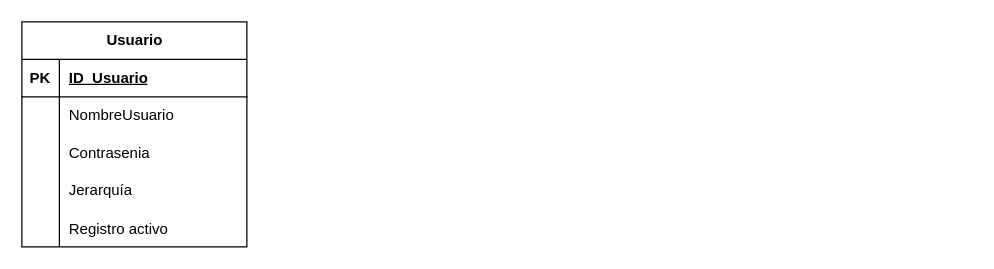
Before: DER_Clinica.drawio in ZerothVeratross/tpi-progra3, a draw.io diagram. Source tidied: cells renumbered, new cells numbered last; positions are measured from the earlier drawing's top-left corner, leaving out a move shared by most shapes. Both pictures are drawn from the tidied source at 125%, with x=0, y=0 at pixel (21, 21).
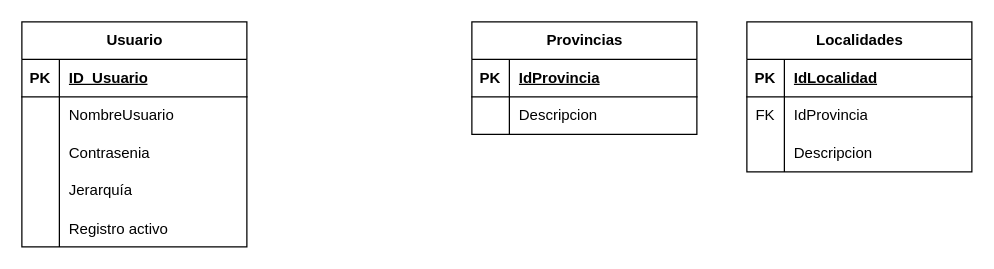
After the change.

Commit message:
subida tabla provincias y localidades al drawio

Change to the diagram source:
```diff
@@
+    <mxCell id="18" value="Localidades" style="shape=table;startSize=30;childLayout=tableLayout;rowLines=0;fontStyle=1;align=center;html=1;" parent="1" vertex="1">
+      <mxGeometry x="580" width="180" height="120" as="geometry" />
+    </mxCell>
+    <mxCell id="19" style="shape=tableRow;horizontal=0;startSize=0;swimlaneHead=0;swimlaneBody=0;fillColor=none;top=0;left=0;right=0;bottom=1;" parent="18" vertex="1">
+      <mxGeometry y="30" width="180" height="30" as="geometry" />
+    </mxCell>
+    <mxCell id="20" value="PK" style="shape=partialRectangle;fillColor=none;top=0;left=0;bottom=0;right=0;fontStyle=1;overflow=hidden;whiteSpace=wrap;html=1;" parent="19" vertex="1">
+      <mxGeometry width="30" height="30" as="geometry" />
+    </mxCell>
+    <mxCell id="21" value="IdLocalidad" style="shape=partialRectangle;fillColor=none;top=0;left=0;bottom=0;right=0;align=left;spacingLeft=6;fontStyle=5;overflow=hidden;whiteSpace=wrap;html=1;" parent="19" vertex="1">
+      <mxGeometry x="30" width="150" height="30" as="geometry" />
+    </mxCell>
+    <mxCell id="22" style="shape=tableRow;horizontal=0;startSize=0;swimlaneHead=0;swimlaneBody=0;fillColor=none;top=0;left=0;right=0;bottom=0;" parent="18" vertex="1">
+      <mxGeometry y="60" width="180" height="30" as="geometry" />
+    </mxCell>
+    <mxCell id="23" value="FK" style="shape=partialRectangle;fillColor=none;top=0;left=0;bottom=0;right=0;overflow=hidden;whiteSpace=wrap;html=1;" parent="22" vertex="1">
+      <mxGeometry width="30" height="30" as="geometry" />
+    </mxCell>
+    <mxCell id="24" value="IdProvincia" style="shape=partialRectangle;fillColor=none;top=0;left=0;bottom=0;right=0;align=left;spacingLeft=6;overflow=hidden;whiteSpace=wrap;html=1;" parent="22" vertex="1">
+      <mxGeometry x="30" width="150" height="30" as="geometry" />
+    </mxCell>
+    <mxCell id="25" style="shape=tableRow;horizontal=0;startSize=0;swimlaneHead=0;swimlaneBody=0;fillColor=none;top=0;left=0;right=0;bottom=0;" parent="18" vertex="1">
+      <mxGeometry y="90" width="180" height="30" as="geometry" />
+    </mxCell>
+    <mxCell id="26" style="shape=partialRectangle;fillColor=none;top=0;left=0;bottom=0;right=0;overflow=hidden;whiteSpace=wrap;html=1;" parent="25" vertex="1">
+      <mxGeometry width="30" height="30" as="geometry" />
+    </mxCell>
+    <mxCell id="27" value="Descripcion" style="shape=partialRectangle;fillColor=none;top=0;left=0;bottom=0;right=0;align=left;spacingLeft=6;overflow=hidden;whiteSpace=wrap;html=1;" parent="25" vertex="1">
+      <mxGeometry x="30" width="150" height="30" as="geometry" />
+    </mxCell>
+    <mxCell id="28" value="Provincias" style="shape=table;startSize=30;childLayout=tableLayout;rowLines=0;fontStyle=1;align=center;html=1;" parent="1" vertex="1">
+      <mxGeometry x="360" width="180" height="90" as="geometry" />
+    </mxCell>
+    <mxCell id="29" style="shape=tableRow;horizontal=0;startSize=0;swimlaneHead=0;swimlaneBody=0;fillColor=none;top=0;left=0;right=0;bottom=1;" parent="28" vertex="1">
+      <mxGeometry y="30" width="180" height="30" as="geometry" />
+    </mxCell>
+    <mxCell id="30" value="PK" style="shape=partialRectangle;fillColor=none;top=0;left=0;bottom=0;right=0;fontStyle=1;overflow=hidden;whiteSpace=wrap;html=1;" parent="29" vertex="1">
+      <mxGeometry width="30" height="30" as="geometry" />
+    </mxCell>
+    <mxCell id="31" value="IdProvincia" style="shape=partialRectangle;fillColor=none;top=0;left=0;bottom=0;right=0;align=left;spacingLeft=6;fontStyle=5;overflow=hidden;whiteSpace=wrap;html=1;" parent="29" vertex="1">
+      <mxGeometry x="30" width="150" height="30" as="geometry" />
+    </mxCell>
+    <mxCell id="32" style="shape=tableRow;horizontal=0;startSize=0;swimlaneHead=0;swimlaneBody=0;fillColor=none;top=0;left=0;right=0;bottom=0;" parent="28" vertex="1">
+      <mxGeometry y="60" width="180" height="30" as="geometry" />
+    </mxCell>
+    <mxCell id="33" style="shape=partialRectangle;fillColor=none;top=0;left=0;bottom=0;right=0;overflow=hidden;whiteSpace=wrap;html=1;" parent="32" vertex="1">
+      <mxGeometry width="30" height="30" as="geometry" />
+    </mxCell>
+    <mxCell id="34" value="Descripcion" style="shape=partialRectangle;fillColor=none;top=0;left=0;bottom=0;right=0;align=left;spacingLeft=6;overflow=hidden;whiteSpace=wrap;html=1;" parent="32" vertex="1">
+      <mxGeometry x="30" width="150" height="30" as="geometry" />
+    </mxCell>
```
